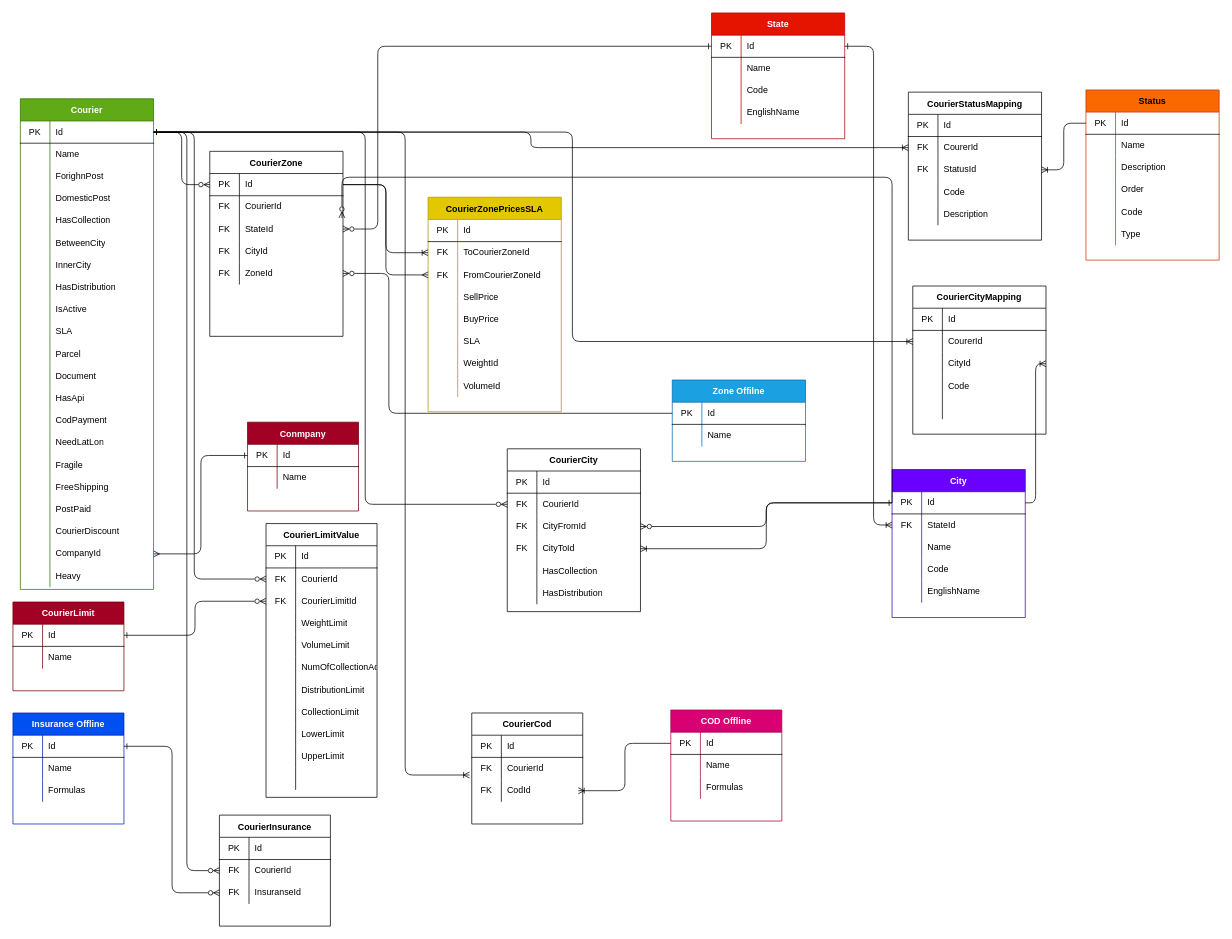
behrangaghili/Postex-Documents_Diagrams keeps this draw.io diagram as 02-Product-servise/Diagrams/Product.drawio. Above is the earlier version. Source tidied: cells renumbered, new cells numbered last; positions are measured from the earlier drawing's top-left corner, leaving out a move shared by most shapes. Both pictures are drawn from the tidied source at 74%, with x=0, y=0 at pixel (13, 13).
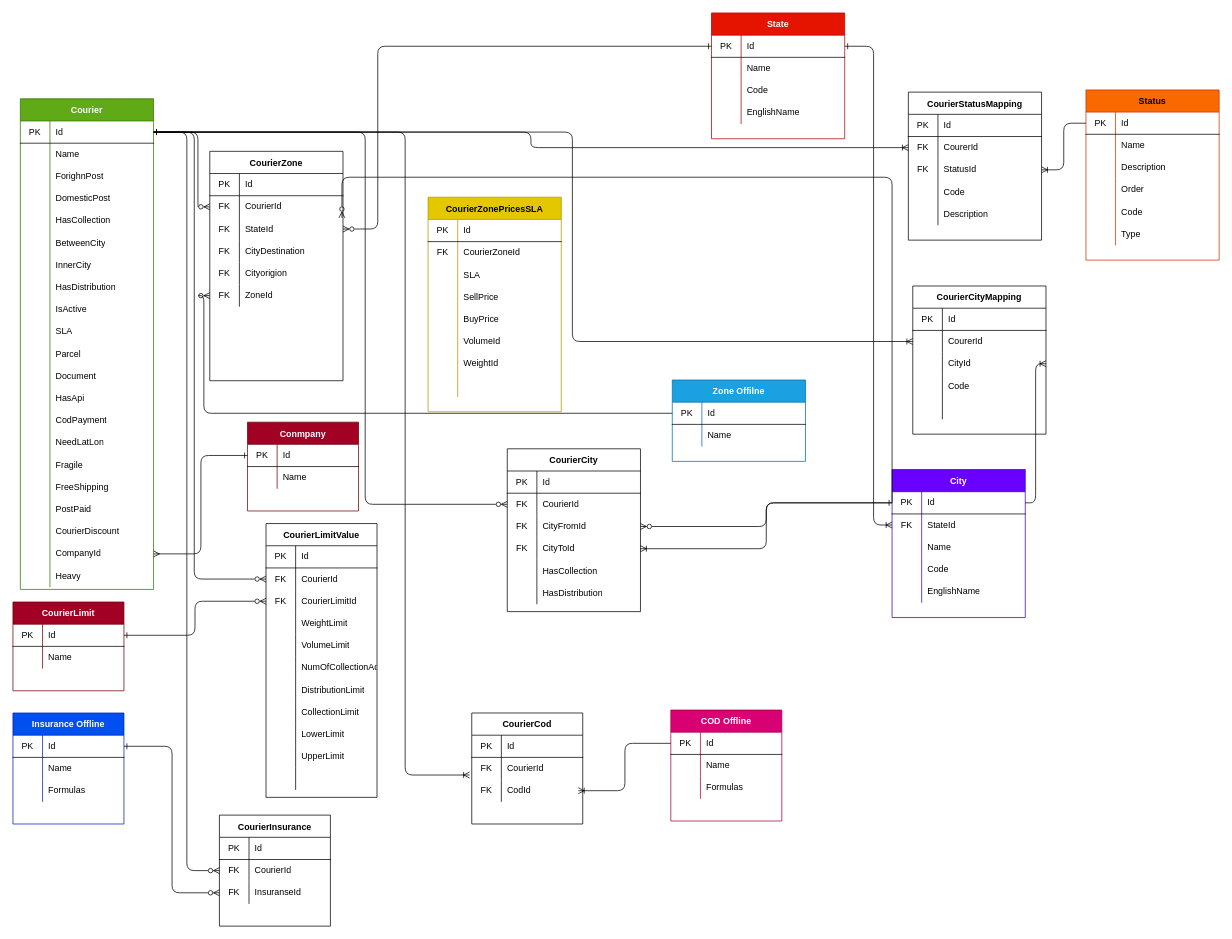
After the change.

Commit message:
changed Courier service

Unchanged cells that the change refers to:
```xml
<mxCell id="33" style="shape=partialRectangle;html=1;whiteSpace=wrap;fillColor=none;top=0;left=0;bottom=1;right=0;points=[[0,0.5],[1,0.5]];portConstraint=eastwest;" parent="32" vertex="1">
  <mxGeometry y="30" width="180" height="30" as="geometry" />
</mxCell>
<mxCell id="97" style="shape=partialRectangle;html=1;whiteSpace=wrap;fillColor=none;top=0;left=0;bottom=1;right=0;points=[[0,0.5],[1,0.5]];portConstraint=eastwest;" parent="96" vertex="1">
  <mxGeometry y="30" width="180" height="30" as="geometry" />
</mxCell>
<mxCell id="104" style="shape=partialRectangle;html=1;whiteSpace=wrap;fillColor=none;top=0;left=0;bottom=1;right=0;points=[[0,0.5],[1,0.5]];portConstraint=eastwest;" parent="103" vertex="1">
  <mxGeometry y="30" width="180" height="30" as="geometry" />
</mxCell>
<mxCell id="107" style="shape=partialRectangle;html=1;whiteSpace=wrap;fillColor=none;top=0;left=0;bottom=0;right=0;points=[[0,0.5],[1,0.5]];portConstraint=eastwest;" parent="103" vertex="1">
  <mxGeometry y="60" width="180" height="30" as="geometry" />
</mxCell>
<mxCell id="113" style="shape=partialRectangle;html=1;whiteSpace=wrap;fillColor=none;top=0;left=0;bottom=0;right=0;" parent="103" vertex="1">
  <mxGeometry y="120" width="180" height="30" as="geometry" />
</mxCell>
<mxCell id="116" style="shape=partialRectangle;html=1;whiteSpace=wrap;fillColor=none;top=0;left=0;bottom=0;right=0;points=[[0,0.5],[1,0.5]];portConstraint=eastwest;" parent="103" vertex="1">
  <mxGeometry y="150" width="180" height="30" as="geometry" />
</mxCell>
<mxCell id="235" style="shape=partialRectangle;html=1;whiteSpace=wrap;fillColor=none;top=0;left=0;bottom=0;right=0;points=[[0,0.5],[1,0.5]];portConstraint=eastwest;" parent="231" vertex="1">
  <mxGeometry y="60" width="180" height="30" as="geometry" />
</mxCell>
<mxCell id="238" style="shape=partialRectangle;html=1;whiteSpace=wrap;fillColor=none;top=0;left=0;bottom=0;right=0;points=[[0,0.5],[1,0.5]];portConstraint=eastwest;" parent="231" vertex="1">
  <mxGeometry y="90" width="180" height="30" as="geometry" />
</mxCell>
<mxCell id="247" style="shape=partialRectangle;html=1;whiteSpace=wrap;fillColor=none;top=0;left=0;bottom=0;right=0;" parent="231" vertex="1">
  <mxGeometry y="180" width="180" height="30" as="geometry" />
</mxCell>
<mxCell id="253" style="shape=partialRectangle;html=1;whiteSpace=wrap;fillColor=none;top=0;left=0;bottom=0;right=0;" parent="231" vertex="1">
  <mxGeometry y="240" width="180" height="30" as="geometry" />
</mxCell>
```

What changed in the source:
```diff
@@
     <mxCell id="103" value="CourierZone" style="shape=table;startSize=30;childLayout=tableLayout;rowLines=0;fontStyle=1;align=center;fillColor=none;" parent="1" vertex="1">
-      <mxGeometry x="266" y="187" width="180" height="250" as="geometry" />
+      <mxGeometry x="266" y="187" width="180" height="310" as="geometry" />
     </mxCell>
@@
-    <mxCell id="115" value="CityId" style="shape=partialRectangle;html=1;whiteSpace=wrap;fillColor=none;top=0;left=0;bottom=0;right=0;align=left;spacingLeft=6;overflow=hidden;" parent="113" vertex="1">
+    <mxCell id="115" value="CityDestination " style="shape=partialRectangle;html=1;whiteSpace=wrap;fillColor=none;top=0;left=0;bottom=0;right=0;align=left;spacingLeft=6;overflow=hidden;" parent="113" vertex="1">
       <mxGeometry x="40" width="140" height="30" as="geometry" />
     </mxCell>
@@
-    <mxCell id="118" value="ZoneId" style="shape=partialRectangle;html=1;whiteSpace=wrap;fillColor=none;top=0;left=0;bottom=0;right=0;align=left;spacingLeft=6;overflow=hidden;" parent="116" vertex="1">
+    <mxCell id="118" value="&lt;span&gt;Cityorigion&lt;/span&gt;" style="shape=partialRectangle;html=1;whiteSpace=wrap;fillColor=none;top=0;left=0;bottom=0;right=0;align=left;spacingLeft=6;overflow=hidden;" parent="116" vertex="1">
       <mxGeometry x="40" width="140" height="30" as="geometry" />
     </mxCell>
+    <mxCell id="322" style="shape=partialRectangle;html=1;whiteSpace=wrap;fillColor=none;top=0;left=0;bottom=0;right=0;points=[[0,0.5],[1,0.5]];portConstraint=eastwest;" parent="103" vertex="1">
+      <mxGeometry y="180" width="180" height="30" as="geometry" />
+    </mxCell>
+    <mxCell id="323" value="FK" style="shape=partialRectangle;html=1;whiteSpace=wrap;fillColor=none;top=0;left=0;bottom=0;right=0;overflow=hidden;" parent="322" vertex="1">
+      <mxGeometry width="40" height="30" as="geometry" />
+    </mxCell>
+    <mxCell id="324" value="&lt;span&gt;ZoneId&lt;/span&gt;" style="shape=partialRectangle;html=1;whiteSpace=wrap;fillColor=none;top=0;left=0;bottom=0;right=0;align=left;spacingLeft=6;overflow=hidden;" parent="322" vertex="1">
+      <mxGeometry x="40" width="140" height="30" as="geometry" />
+    </mxCell>
@@
-    <mxCell id="121" style="edgeStyle=elbowEdgeStyle;html=1;exitX=1;exitY=0.5;exitDx=0;exitDy=0;entryX=0;entryY=0.5;entryDx=0;entryDy=0;endArrow=ERzeroToMany;endFill=0;fillColor=none;" parent="1" edge="1" source="33" target="104">
-      <mxGeometry relative="1" as="geometry" />
+    <mxCell id="121" style="edgeStyle=elbowEdgeStyle;html=1;exitX=1;exitY=0.5;exitDx=0;exitDy=0;entryX=0;entryY=0.5;entryDx=0;entryDy=0;endArrow=ERzeroToMany;endFill=0;fillColor=none;" parent="1" edge="1" source="33" target="107">
+      <mxGeometry relative="1" as="geometry">
+        <Array as="points">
+          <mxPoint x="250" y="256" />
+        </Array>
+      </mxGeometry>
     </mxCell>
-    <mxCell id="122" style="edgeStyle=elbowEdgeStyle;html=1;exitX=0;exitY=0.5;exitDx=0;exitDy=0;entryX=1;entryY=0.5;entryDx=0;entryDy=0;endArrow=ERzeroToMany;endFill=0;fillColor=none;" parent="1" edge="1" source="97" target="116">
+    <mxCell id="122" style="edgeStyle=elbowEdgeStyle;html=1;exitX=0;exitY=0.5;exitDx=0;exitDy=0;entryX=0;entryY=0.5;entryDx=0;entryDy=0;endArrow=ERzeroToMany;endFill=0;fillColor=none;" parent="1" edge="1" source="97" target="322">
       <mxGeometry relative="1" as="geometry">
         <Array as="points">
-          <mxPoint x="508" y="452" />
+          <mxPoint x="258" y="548" />
         </Array>
       </mxGeometry>
     </mxCell>
@@
-    <mxCell id="237" value="ToCourierZoneId" style="shape=partialRectangle;html=1;whiteSpace=wrap;fillColor=none;top=0;left=0;bottom=0;right=0;align=left;spacingLeft=6;overflow=hidden;" parent="235" vertex="1">
+    <mxCell id="237" value="CourierZoneId" style="shape=partialRectangle;html=1;whiteSpace=wrap;fillColor=none;top=0;left=0;bottom=0;right=0;align=left;spacingLeft=6;overflow=hidden;" parent="235" vertex="1">
       <mxGeometry x="40" width="140" height="30" as="geometry" />
     </mxCell>
@@
-    <mxCell id="239" value="FK" style="shape=partialRectangle;html=1;whiteSpace=wrap;fillColor=none;top=0;left=0;bottom=0;right=0;overflow=hidden;" parent="238" vertex="1">
+    <mxCell id="239" style="shape=partialRectangle;html=1;whiteSpace=wrap;fillColor=none;top=0;left=0;bottom=0;right=0;overflow=hidden;" parent="238" vertex="1">
       <mxGeometry width="40" height="30" as="geometry" />
     </mxCell>
-    <mxCell id="240" value="FromCourierZoneId" style="shape=partialRectangle;html=1;whiteSpace=wrap;fillColor=none;top=0;left=0;bottom=0;right=0;align=left;spacingLeft=6;overflow=hidden;" parent="238" vertex="1">
+    <mxCell id="240" value="&lt;span&gt;SLA&lt;/span&gt;" style="shape=partialRectangle;html=1;whiteSpace=wrap;fillColor=none;top=0;left=0;bottom=0;right=0;align=left;spacingLeft=6;overflow=hidden;" parent="238" vertex="1">
       <mxGeometry x="40" width="140" height="30" as="geometry" />
     </mxCell>
@@
-    <mxCell id="249" value="SLA" style="shape=partialRectangle;html=1;whiteSpace=wrap;fillColor=none;top=0;left=0;bottom=0;right=0;align=left;spacingLeft=6;overflow=hidden;" parent="247" vertex="1">
+    <mxCell id="249" style="shape=partialRectangle;html=1;whiteSpace=wrap;fillColor=none;top=0;left=0;bottom=0;right=0;align=left;spacingLeft=6;overflow=hidden;" parent="247" vertex="1">
       <mxGeometry x="40" width="140" height="30" as="geometry" />
     </mxCell>
@@
-    <mxCell id="255" value="VolumeId" style="shape=partialRectangle;html=1;whiteSpace=wrap;fillColor=none;top=0;left=0;bottom=0;right=0;align=left;spacingLeft=6;overflow=hidden;" parent="253" vertex="1">
+    <mxCell id="255" style="shape=partialRectangle;html=1;whiteSpace=wrap;fillColor=none;top=0;left=0;bottom=0;right=0;align=left;spacingLeft=6;overflow=hidden;" parent="253" vertex="1">
       <mxGeometry x="40" width="140" height="30" as="geometry" />
     </mxCell>
@@
-    <mxCell id="309" style="edgeStyle=elbowEdgeStyle;html=1;exitX=1;exitY=0.5;exitDx=0;exitDy=0;entryX=0;entryY=0.5;entryDx=0;entryDy=0;endArrow=ERoneToMany;endFill=0;" parent="1" edge="1" source="104" target="235">
-      <mxGeometry relative="1" as="geometry" />
-    </mxCell>
@@
-    <mxCell id="321" style="edgeStyle=elbowEdgeStyle;html=1;exitX=1;exitY=0.5;exitDx=0;exitDy=0;entryX=0;entryY=0.5;entryDx=0;entryDy=0;endArrow=ERmany;endFill=0;" parent="1" edge="1" source="104" target="238">
-      <mxGeometry relative="1" as="geometry" />
-    </mxCell>
+    <mxCell id="325" style="shape=partialRectangle;html=1;whiteSpace=wrap;fillColor=none;top=0;left=0;bottom=0;right=0;align=left;spacingLeft=6;overflow=hidden;" parent="1" vertex="1">
+      <mxGeometry x="601" y="489" width="140" height="30" as="geometry" />
+    </mxCell>
+    <mxCell id="326" value="&lt;span&gt;VolumeId&lt;/span&gt;" style="shape=partialRectangle;html=1;whiteSpace=wrap;fillColor=none;top=0;left=0;bottom=0;right=0;align=left;spacingLeft=6;overflow=hidden;" parent="1" vertex="1">
+      <mxGeometry x="601" y="429" width="140" height="30" as="geometry" />
+    </mxCell>
```
